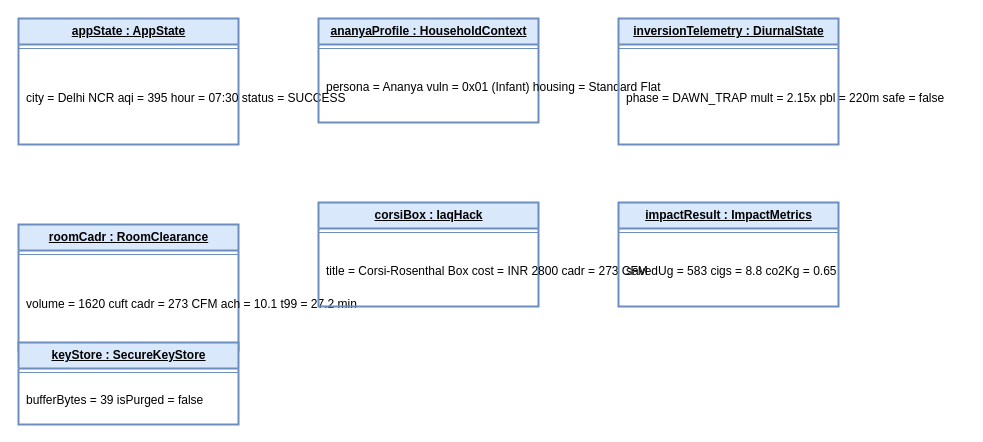
The draw.io diagram drawio/object_diagram.drawio in piyushmakhija28/prompt-war-challenge-6-clean-air-assistant, before the edit. Source tidied: cells renumbered, new cells numbered last; positions are measured from the earlier drawing's top-left corner, leaving out a move shared by most shapes. Both pictures are drawn from the tidied source at 100%, with x=0, y=0 at pixel (18, 18).
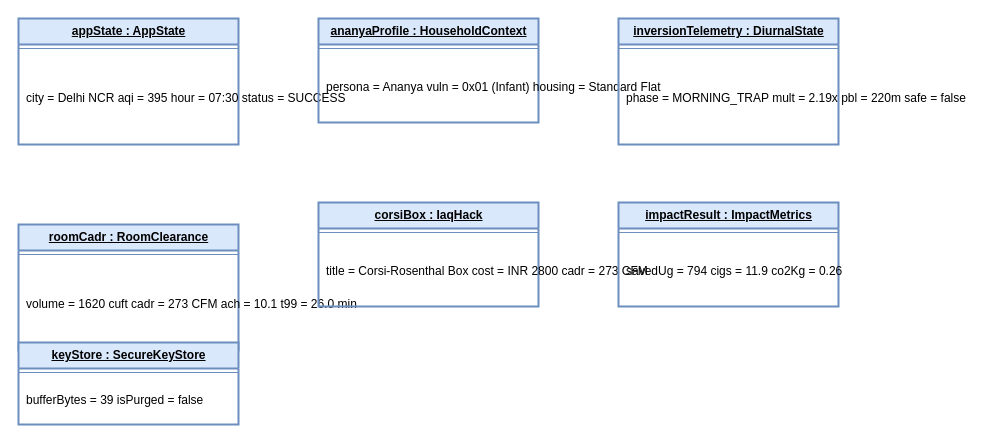
The same page after the edit.

Unchanged cells that the change refers to:
```xml
<mxCell id="8" value="inversionTelemetry : DiurnalState" style="swimlane;fontStyle=5;align=center;startSize=26;html=1;fillColor=#DAE8FC;strokeColor=#6C8EBF;strokeWidth=2;" parent="1" vertex="1">
  <mxGeometry x="600" width="220" height="126" as="geometry" />
</mxCell>
<mxCell id="11" value="roomCadr : RoomClearance" style="swimlane;fontStyle=5;align=center;startSize=26;html=1;fillColor=#DAE8FC;strokeColor=#6C8EBF;strokeWidth=2;" parent="1" vertex="1">
  <mxGeometry y="206" width="220" height="126" as="geometry" />
</mxCell>
<mxCell id="17" value="impactResult : ImpactMetrics" style="swimlane;fontStyle=5;align=center;startSize=26;html=1;fillColor=#DAE8FC;strokeColor=#6C8EBF;strokeWidth=2;" parent="1" vertex="1">
  <mxGeometry x="600" y="184" width="220" height="104" as="geometry" />
</mxCell>
```

The edit, as a diff of the source:
```diff
@@
-    <mxCell id="10" value="phase = DAWN_TRAP&amp;#xa;mult = 2.15x&amp;#xa;pbl = 220m&amp;#xa;safe = false" style="text;html=1;strokeColor=none;fillColor=none;align=left;verticalAlign=middle;spacingLeft=6;" parent="8" vertex="1">
+    <mxCell id="10" value="phase = MORNING_TRAP&amp;#xa;mult = 2.19x&amp;#xa;pbl = 220m&amp;#xa;safe = false" style="text;html=1;strokeColor=none;fillColor=none;align=left;verticalAlign=middle;spacingLeft=6;" parent="8" vertex="1">
       <mxGeometry y="34" width="220" height="92" as="geometry" />
     </mxCell>
@@
-    <mxCell id="13" value="volume = 1620 cuft&amp;#xa;cadr = 273 CFM&amp;#xa;ach = 10.1&amp;#xa;t99 = 27.2 min" style="text;html=1;strokeColor=none;fillColor=none;align=left;verticalAlign=middle;spacingLeft=6;" parent="11" vertex="1">
+    <mxCell id="13" value="volume = 1620 cuft&amp;#xa;cadr = 273 CFM&amp;#xa;ach = 10.1&amp;#xa;t99 = 26.0 min" style="text;html=1;strokeColor=none;fillColor=none;align=left;verticalAlign=middle;spacingLeft=6;" parent="11" vertex="1">
       <mxGeometry y="34" width="220" height="92" as="geometry" />
     </mxCell>
@@
-    <mxCell id="19" value="savedUg = 583&amp;#xa;cigs = 8.8&amp;#xa;co2Kg = 0.65" style="text;html=1;strokeColor=none;fillColor=none;align=left;verticalAlign=middle;spacingLeft=6;" parent="17" vertex="1">
+    <mxCell id="19" value="savedUg = 794&amp;#xa;cigs = 11.9&amp;#xa;co2Kg = 0.26" style="text;html=1;strokeColor=none;fillColor=none;align=left;verticalAlign=middle;spacingLeft=6;" parent="17" vertex="1">
       <mxGeometry y="34" width="220" height="70" as="geometry" />
     </mxCell>
```
